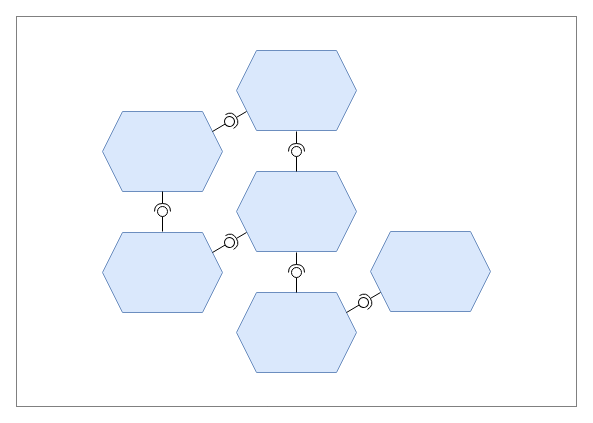
This is page "Direct" (3 of 16) of diagrams/1.drawio from alicemunsal/dohex, a draw.io file, before an edit. Source tidied: cells renumbered, new cells numbered last; positions are measured from the earlier drawing's top-left corner, leaving out a move shared by most shapes. Both pictures are drawn from the tidied source at 100%, with x=0, y=0 at pixel (16, 16).
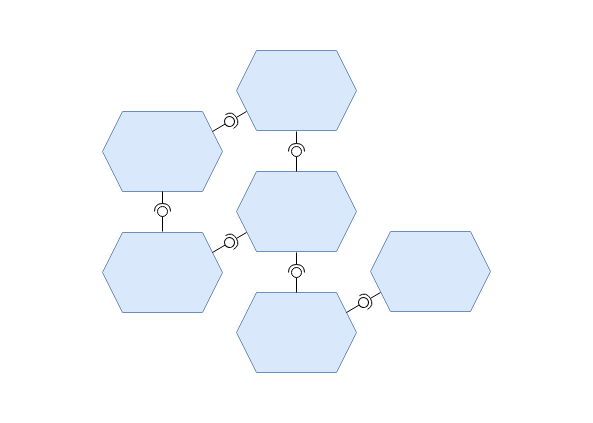
The same page after the edit.

What changed in the source:
```diff
@@
-    <mxCell id="2" style="rounded=0;whiteSpace=wrap;html=1;fontSize=12;strokeWidth=1;dashed=1;dashPattern=1 1;perimeterSpacing=1;fillColor=none;" parent="1" vertex="1">
-      <mxGeometry width="560" height="390" as="geometry" />
-    </mxCell>
```
